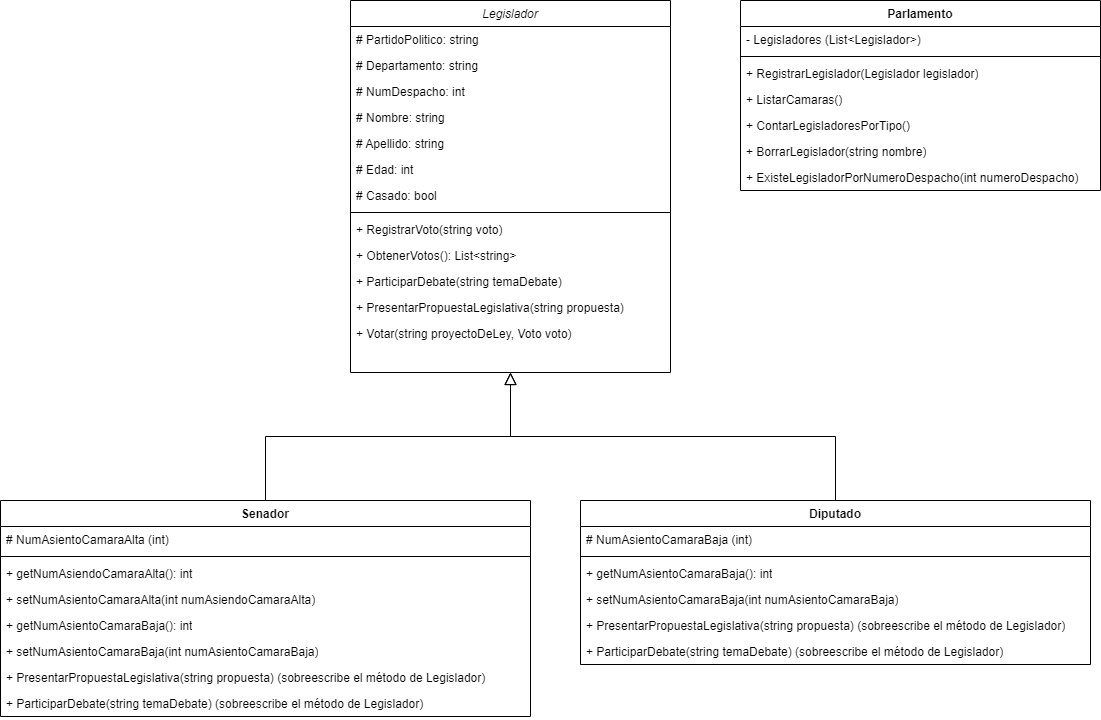
FedeGolda/Practicos_Prog2_CEI keeps this draw.io diagram as TrabajoPractico1/TrabajoPractico1.drawio.png. Above is the earlier version. Source tidied: cells renumbered, new cells last; positions are measured from the earlier drawing's top-left corner, leaving out a move shared by most shapes. Its diagram source:
```xml
<mxGraphModel>
  <root>
    <mxCell id="0" />
    <mxCell id="1" parent="0" />
    <mxCell id="2" value="Legislador" style="swimlane;fontStyle=2;align=center;verticalAlign=top;horizontal=1;startSize=26;rounded=0;shadow=0;strokeWidth=1;" parent="1" vertex="1">
      <mxGeometry x="350" width="320" height="372" as="geometry" />
    </mxCell>
    <mxCell id="3" value="# PartidoPolitico: string" style="text;align=left;verticalAlign=top;spacingLeft=4;spacingRight=4;overflow=hidden;" parent="2" vertex="1">
      <mxGeometry y="26" width="320" height="26" as="geometry" />
    </mxCell>
    <mxCell id="4" value="# Departamento: string" style="text;align=left;verticalAlign=top;spacingLeft=4;spacingRight=4;overflow=hidden;rounded=0;shadow=0;html=0;" parent="2" vertex="1">
      <mxGeometry y="52" width="320" height="26" as="geometry" />
    </mxCell>
    <mxCell id="5" value="# NumDespacho: int" style="text;align=left;verticalAlign=top;spacingLeft=4;spacingRight=4;overflow=hidden;points=[[0,0.5],[1,0.5]];portConstraint=eastwest;rounded=0;shadow=0;html=0;" parent="2" vertex="1">
      <mxGeometry y="78" width="320" height="26" as="geometry" />
    </mxCell>
    <mxCell id="6" value="# Nombre: string" style="text;align=left;verticalAlign=top;spacingLeft=4;spacingRight=4;overflow=hidden;rounded=0;shadow=0;html=0;" parent="2" vertex="1">
      <mxGeometry y="104" width="320" height="26" as="geometry" />
    </mxCell>
    <mxCell id="7" value="# Apellido: string" style="text;align=left;verticalAlign=top;spacingLeft=4;spacingRight=4;overflow=hidden;rounded=0;shadow=0;html=0;" parent="2" vertex="1">
      <mxGeometry y="130" width="320" height="26" as="geometry" />
    </mxCell>
    <mxCell id="8" value="# Edad: int" style="text;align=left;verticalAlign=top;spacingLeft=4;spacingRight=4;overflow=hidden;rounded=0;shadow=0;html=0;" parent="2" vertex="1">
      <mxGeometry y="156" width="320" height="26" as="geometry" />
    </mxCell>
    <mxCell id="9" value="# Casado: bool" style="text;align=left;verticalAlign=top;spacingLeft=4;spacingRight=4;overflow=hidden;rounded=0;shadow=0;html=0;" parent="2" vertex="1">
      <mxGeometry y="182" width="320" height="26" as="geometry" />
    </mxCell>
    <mxCell id="10" style="line;html=1;strokeWidth=1;align=left;verticalAlign=middle;spacingTop=-1;spacingLeft=3;spacingRight=3;labelPosition=right;" parent="2" vertex="1">
      <mxGeometry y="208" width="320" height="8" as="geometry" />
    </mxCell>
    <mxCell id="11" value="+ RegistrarVoto(string voto)" style="text;align=left;verticalAlign=top;spacingLeft=4;spacingRight=4;overflow=hidden;" parent="2" vertex="1">
      <mxGeometry y="216" width="320" height="26" as="geometry" />
    </mxCell>
    <mxCell id="12" value="+ ObtenerVotos(): List&lt;string&gt;" style="text;align=left;verticalAlign=top;spacingLeft=4;spacingRight=4;overflow=hidden;" parent="2" vertex="1">
      <mxGeometry y="242" width="320" height="26" as="geometry" />
    </mxCell>
    <mxCell id="13" value="+ ParticiparDebate(string temaDebate)" style="text;align=left;verticalAlign=top;spacingLeft=4;spacingRight=4;overflow=hidden;" parent="2" vertex="1">
      <mxGeometry y="268" width="320" height="26" as="geometry" />
    </mxCell>
    <mxCell id="14" value="+ PresentarPropuestaLegislativa(string propuesta)" style="text;align=left;verticalAlign=top;spacingLeft=4;spacingRight=4;overflow=hidden;" parent="2" vertex="1">
      <mxGeometry y="294" width="320" height="26" as="geometry" />
    </mxCell>
    <mxCell id="15" value="+ Votar(string proyectoDeLey, Voto voto)" style="text;align=left;verticalAlign=top;spacingLeft=4;spacingRight=4;overflow=hidden;" parent="2" vertex="1">
      <mxGeometry y="320" width="320" height="26" as="geometry" />
    </mxCell>
    <mxCell id="16" style="endArrow=block;endSize=10;endFill=0;shadow=0;strokeWidth=1;rounded=0;edgeStyle=elbowEdgeStyle;elbow=vertical;exitX=0.5;exitY=0;exitDx=0;exitDy=0;" parent="1" edge="1" source="26" target="2">
      <mxGeometry relative="1" as="geometry" />
    </mxCell>
    <mxCell id="17" style="endArrow=block;endSize=10;endFill=0;shadow=0;strokeWidth=1;rounded=0;edgeStyle=elbowEdgeStyle;elbow=vertical;exitX=0.5;exitY=0;exitDx=0;exitDy=0;" parent="1" edge="1" source="35" target="2">
      <mxGeometry relative="1" as="geometry" />
    </mxCell>
    <mxCell id="18" value="Parlamento" style="swimlane;fontStyle=1;align=center;verticalAlign=top;horizontal=1;startSize=26;whiteSpace=wrap;html=1;" parent="1" vertex="1">
      <mxGeometry x="740" width="360" height="190" as="geometry" />
    </mxCell>
    <mxCell id="19" value="- Legisladores (List&amp;lt;Legislador&amp;gt;)" style="text;strokeColor=none;fillColor=none;align=left;verticalAlign=top;spacingLeft=4;spacingRight=4;overflow=hidden;whiteSpace=wrap;html=1;" parent="18" vertex="1">
      <mxGeometry y="26" width="360" height="26" as="geometry" />
    </mxCell>
    <mxCell id="20" style="line;strokeWidth=1;fillColor=none;align=left;verticalAlign=middle;spacingTop=-1;spacingLeft=3;spacingRight=3;labelPosition=right;strokeColor=inherit;" parent="18" vertex="1">
      <mxGeometry y="52" width="360" height="8" as="geometry" />
    </mxCell>
    <mxCell id="21" value="+ RegistrarLegislador(Legislador legislador)" style="text;strokeColor=none;fillColor=none;align=left;verticalAlign=top;spacingLeft=4;spacingRight=4;overflow=hidden;points=[[0,0.5],[1,0.5]];portConstraint=eastwest;whiteSpace=wrap;html=1;" parent="18" vertex="1">
      <mxGeometry y="60" width="360" height="26" as="geometry" />
    </mxCell>
    <mxCell id="22" value="+ ListarCamaras()" style="text;strokeColor=none;fillColor=none;align=left;verticalAlign=top;spacingLeft=4;spacingRight=4;overflow=hidden;whiteSpace=wrap;html=1;" parent="18" vertex="1">
      <mxGeometry y="86" width="360" height="26" as="geometry" />
    </mxCell>
    <mxCell id="23" value="+ ContarLegisladoresPorTipo()" style="text;strokeColor=none;fillColor=none;align=left;verticalAlign=top;spacingLeft=4;spacingRight=4;overflow=hidden;whiteSpace=wrap;html=1;" parent="18" vertex="1">
      <mxGeometry y="112" width="360" height="26" as="geometry" />
    </mxCell>
    <mxCell id="24" value="+ BorrarLegislador(string nombre)" style="text;strokeColor=none;fillColor=none;align=left;verticalAlign=top;spacingLeft=4;spacingRight=4;overflow=hidden;whiteSpace=wrap;html=1;" parent="18" vertex="1">
      <mxGeometry y="138" width="360" height="26" as="geometry" />
    </mxCell>
    <mxCell id="25" value="+ ExisteLegisladorPorNumeroDespacho(int numeroDespacho)" style="text;strokeColor=none;fillColor=none;align=left;verticalAlign=top;spacingLeft=4;spacingRight=4;overflow=hidden;whiteSpace=wrap;html=1;" parent="18" vertex="1">
      <mxGeometry y="164" width="360" height="26" as="geometry" />
    </mxCell>
    <mxCell id="26" value="Senador" style="swimlane;fontStyle=1;align=center;verticalAlign=top;horizontal=1;startSize=26;whiteSpace=wrap;html=1;" parent="1" vertex="1">
      <mxGeometry y="500" width="530" height="216" as="geometry" />
    </mxCell>
    <mxCell id="27" value="# NumAsientoCamaraAlta (int)" style="text;strokeColor=none;fillColor=none;align=left;verticalAlign=top;spacingLeft=4;spacingRight=4;overflow=hidden;whiteSpace=wrap;html=1;" parent="26" vertex="1">
      <mxGeometry y="26" width="530" height="26" as="geometry" />
    </mxCell>
    <mxCell id="28" style="line;strokeWidth=1;fillColor=none;align=left;verticalAlign=middle;spacingTop=-1;spacingLeft=3;spacingRight=3;labelPosition=right;strokeColor=inherit;" parent="26" vertex="1">
      <mxGeometry y="52" width="530" height="8" as="geometry" />
    </mxCell>
    <mxCell id="29" value="+ getNumAsiendoCamaraAlta(): int&amp;nbsp; &amp;nbsp;" style="text;strokeColor=none;fillColor=none;align=left;verticalAlign=top;spacingLeft=4;spacingRight=4;overflow=hidden;whiteSpace=wrap;html=1;" parent="26" vertex="1">
      <mxGeometry y="60" width="530" height="26" as="geometry" />
    </mxCell>
    <mxCell id="30" value="+ setNumAsientoCamaraAlta(int numAsiendoCamaraAlta)" style="text;strokeColor=none;fillColor=none;align=left;verticalAlign=top;spacingLeft=4;spacingRight=4;overflow=hidden;whiteSpace=wrap;html=1;" parent="26" vertex="1">
      <mxGeometry y="86" width="530" height="26" as="geometry" />
    </mxCell>
    <mxCell id="31" value="+ getNumAsientoCamaraBaja(): int" style="text;strokeColor=none;fillColor=none;align=left;verticalAlign=top;spacingLeft=4;spacingRight=4;overflow=hidden;whiteSpace=wrap;html=1;" parent="26" vertex="1">
      <mxGeometry y="112" width="530" height="26" as="geometry" />
    </mxCell>
    <mxCell id="32" value="+ setNumAsientoCamaraBaja(int numAsientoCamaraBaja)" style="text;strokeColor=none;fillColor=none;align=left;verticalAlign=top;spacingLeft=4;spacingRight=4;overflow=hidden;whiteSpace=wrap;html=1;" parent="26" vertex="1">
      <mxGeometry y="138" width="530" height="26" as="geometry" />
    </mxCell>
    <mxCell id="33" value="+ PresentarPropuestaLegislativa(string propuesta) (sobreescribe el método de Legislador)&amp;nbsp;" style="text;strokeColor=none;fillColor=none;align=left;verticalAlign=top;spacingLeft=4;spacingRight=4;overflow=hidden;whiteSpace=wrap;html=1;" parent="26" vertex="1">
      <mxGeometry y="164" width="530" height="26" as="geometry" />
    </mxCell>
    <mxCell id="34" value="+ ParticiparDebate(string temaDebate) (sobreescribe el método de Legislador)&amp;nbsp;" style="text;strokeColor=none;fillColor=none;align=left;verticalAlign=top;spacingLeft=4;spacingRight=4;overflow=hidden;whiteSpace=wrap;html=1;" parent="26" vertex="1">
      <mxGeometry y="190" width="530" height="26" as="geometry" />
    </mxCell>
    <mxCell id="35" value="Diputado" style="swimlane;fontStyle=1;align=center;verticalAlign=top;horizontal=1;startSize=26;whiteSpace=wrap;html=1;" parent="1" vertex="1">
      <mxGeometry x="580" y="500" width="510" height="164" as="geometry" />
    </mxCell>
    <mxCell id="36" value="# NumAsientoCamaraBaja (int)" style="text;strokeColor=none;fillColor=none;align=left;verticalAlign=top;spacingLeft=4;spacingRight=4;overflow=hidden;whiteSpace=wrap;html=1;" parent="35" vertex="1">
      <mxGeometry y="26" width="510" height="26" as="geometry" />
    </mxCell>
    <mxCell id="37" style="line;strokeWidth=1;fillColor=none;align=left;verticalAlign=middle;spacingTop=-1;spacingLeft=3;spacingRight=3;labelPosition=right;strokeColor=inherit;" parent="35" vertex="1">
      <mxGeometry y="52" width="510" height="8" as="geometry" />
    </mxCell>
    <mxCell id="38" value="+ getNumAsientoCamaraBaja(): int" style="text;strokeColor=none;fillColor=none;align=left;verticalAlign=top;spacingLeft=4;spacingRight=4;overflow=hidden;whiteSpace=wrap;html=1;" parent="35" vertex="1">
      <mxGeometry y="60" width="510" height="26" as="geometry" />
    </mxCell>
    <mxCell id="39" value="+ setNumAsientoCamaraBaja(int numAsientoCamaraBaja)" style="text;strokeColor=none;fillColor=none;align=left;verticalAlign=top;spacingLeft=4;spacingRight=4;overflow=hidden;whiteSpace=wrap;html=1;" parent="35" vertex="1">
      <mxGeometry y="86" width="510" height="26" as="geometry" />
    </mxCell>
    <mxCell id="40" value="+ PresentarPropuestaLegislativa(string propuesta) (sobreescribe el método de Legislador)" style="text;strokeColor=none;fillColor=none;align=left;verticalAlign=top;spacingLeft=4;spacingRight=4;overflow=hidden;whiteSpace=wrap;html=1;" parent="35" vertex="1">
      <mxGeometry y="112" width="510" height="26" as="geometry" />
    </mxCell>
    <mxCell id="41" value="+ ParticiparDebate(string temaDebate) (sobreescribe el método de Legislador)" style="text;strokeColor=none;fillColor=none;align=left;verticalAlign=top;spacingLeft=4;spacingRight=4;overflow=hidden;whiteSpace=wrap;html=1;" parent="35" vertex="1">
      <mxGeometry y="138" width="510" height="26" as="geometry" />
    </mxCell>
  </root>
</mxGraphModel>
```
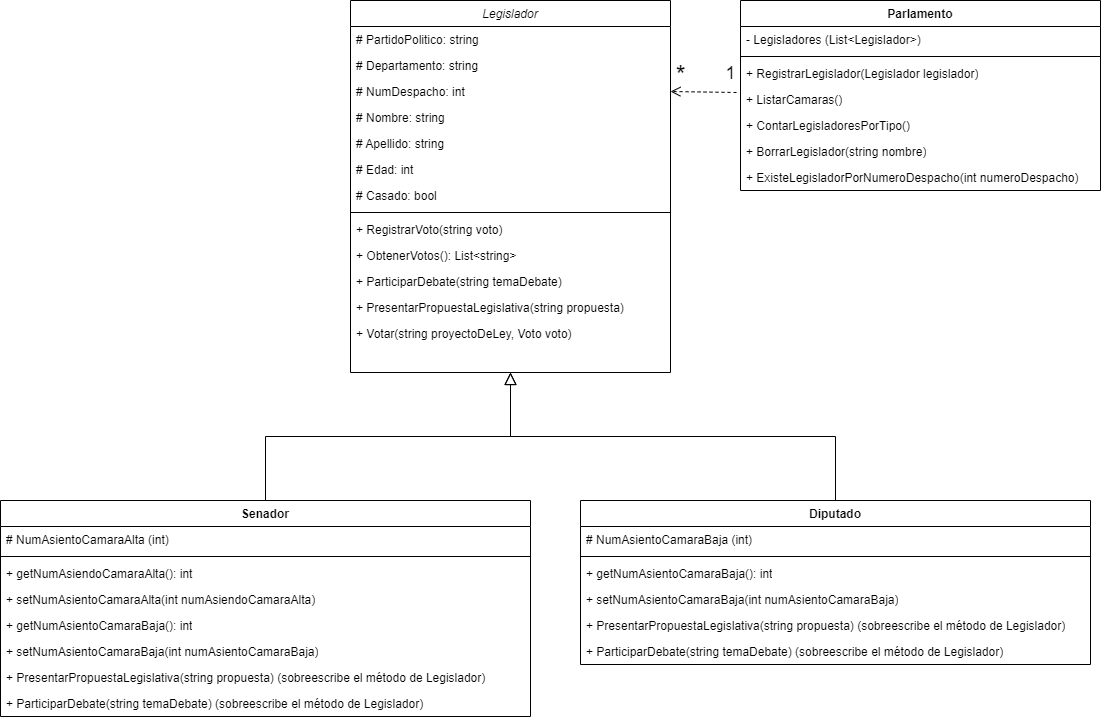
The same diagram one commit later.

Diff of the diagram source:
```diff
@@ -122,5 +122,14 @@
     <mxCell id="41" value="+ ParticiparDebate(string temaDebate) (sobreescribe el método de Legislador)" style="text;strokeColor=none;fillColor=none;align=left;verticalAlign=top;spacingLeft=4;spacingRight=4;overflow=hidden;whiteSpace=wrap;html=1;" parent="35" vertex="1">
       <mxGeometry y="138" width="510" height="26" as="geometry" />
     </mxCell>
+    <mxCell id="42" style="html=1;verticalAlign=bottom;endArrow=open;dashed=1;endSize=8;curved=0;rounded=0;entryX=1;entryY=0.5;entryDx=0;entryDy=0;exitX=-0.011;exitY=1.231;exitDx=0;exitDy=0;exitPerimeter=0;" parent="1" edge="1" source="21" target="5">
+      <mxGeometry relative="1" as="geometry" />
+    </mxCell>
+    <mxCell id="43" value="&lt;font style=&quot;font-size: 25px;&quot;&gt;*&lt;/font&gt;" style="text;html=1;align=center;verticalAlign=middle;strokeColor=none;fillColor=none;" parent="1" vertex="1">
+      <mxGeometry x="665" y="53" width="30" height="40" as="geometry" />
+    </mxCell>
+    <mxCell id="44" value="&lt;font style=&quot;font-size: 18px;&quot;&gt;1&lt;/font&gt;" style="text;html=1;align=center;verticalAlign=middle;strokeColor=none;fillColor=none;" parent="1" vertex="1">
+      <mxGeometry x="715" y="53" width="30" height="40" as="geometry" />
+    </mxCell>
   </root>
 </mxGraphModel>
```
